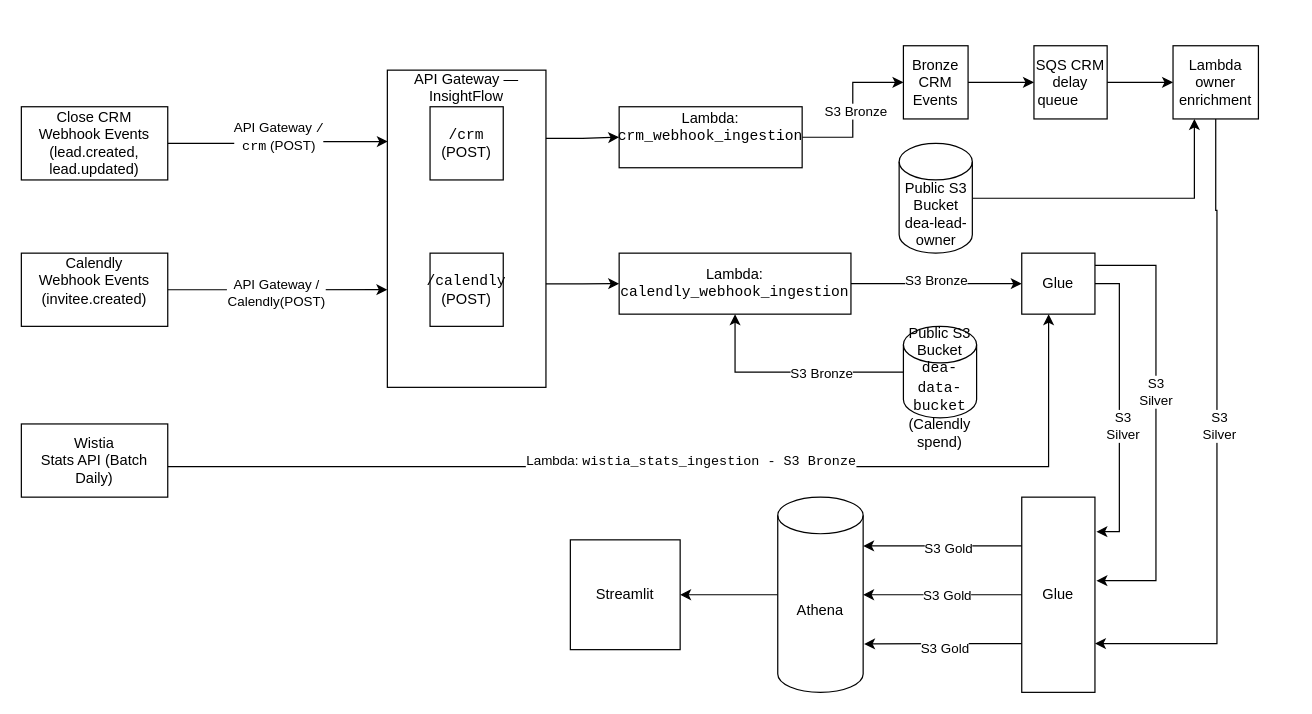
Earlier version of the draw.io diagram docs/InsightFlow_system_design.drawio (robertmmccoy/InsightFlow). Source tidied: cells renumbered, new cells numbered last; positions are measured from the earlier drawing's top-left corner, leaving out a move shared by most shapes. Both pictures are drawn from the tidied source at 122%, with x=0, y=0 at pixel (21, 45).
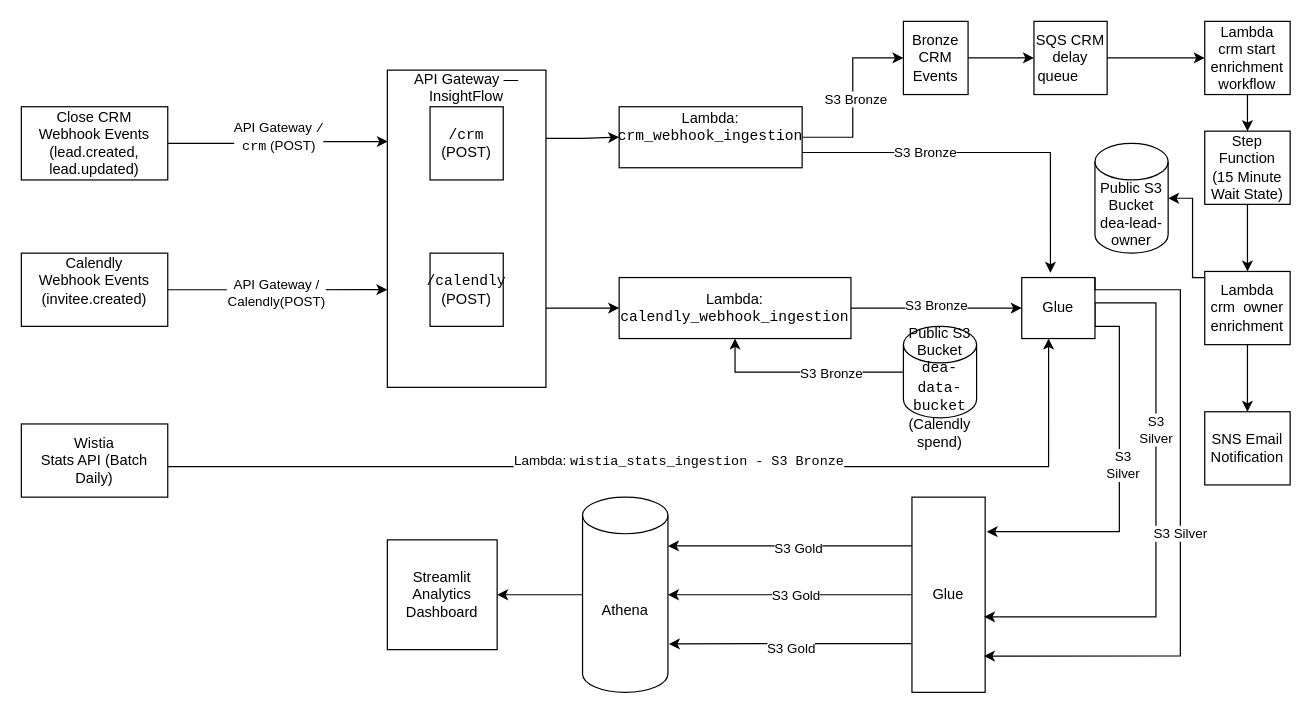
The same diagram, later.

Unchanged cells that the change refers to:
```xml
<mxCell id="18" value="API Gateway — InsightFlow&lt;div&gt;&lt;br&gt;&lt;/div&gt;&lt;div&gt;&lt;br&gt;&lt;/div&gt;&lt;div&gt;&lt;br&gt;&lt;/div&gt;&lt;div&gt;&lt;br&gt;&lt;/div&gt;&lt;div&gt;&lt;br&gt;&lt;/div&gt;&lt;div&gt;&lt;br&gt;&lt;/div&gt;&lt;div&gt;&lt;br&gt;&lt;/div&gt;&lt;div&gt;&lt;br&gt;&lt;/div&gt;&lt;div&gt;&lt;br&gt;&lt;/div&gt;&lt;div&gt;&lt;br&gt;&lt;/div&gt;&lt;div&gt;&lt;br&gt;&lt;/div&gt;&lt;div&gt;&lt;br&gt;&lt;/div&gt;&lt;div&gt;&lt;br&gt;&lt;/div&gt;&lt;div&gt;&lt;br&gt;&lt;/div&gt;&lt;div&gt;&lt;br&gt;&lt;/div&gt;&lt;div&gt;&lt;br&gt;&lt;/div&gt;" style="rounded=0;whiteSpace=wrap;html=1;" parent="1" vertex="1">
  <mxGeometry x="300" y="20" width="130" height="260" as="geometry" />
</mxCell>
<mxCell id="23" value="Lambda: &lt;code&gt;crm_webhook_ingestion&lt;/code&gt;&lt;div&gt;&lt;code&gt;&lt;br&gt;&lt;/code&gt;&lt;/div&gt;" style="rounded=0;whiteSpace=wrap;html=1;" parent="1" vertex="1">
  <mxGeometry x="490" y="50" width="150" height="50" as="geometry" />
</mxCell>
```

What changed in the source:
```diff
@@
-    <mxCell id="11" style="edgeStyle=orthogonalEdgeStyle;rounded=0;jettySize=auto;html=1;entryX=0.25;entryY=1;entryDx=0;entryDy=0;" parent="1" edge="1" source="12" target="48">
-      <mxGeometry relative="1" as="geometry" />
-    </mxCell>
     <mxCell id="12" value="Public S3 Bucket&lt;div&gt;dea-lead-owner&lt;/div&gt;" style="shape=cylinder3;whiteSpace=wrap;html=1;boundedLbl=1;backgroundOutline=1;size=15;" parent="1" vertex="1">
-      <mxGeometry x="719.5" y="80" width="60" height="90" as="geometry" />
+      <mxGeometry x="880" y="80" width="60" height="90" as="geometry" />
     </mxCell>
@@
     <mxCell id="17" style="edgeStyle=orthogonalEdgeStyle;rounded=0;jettySize=auto;html=1;entryX=0;entryY=0.5;entryDx=0;entryDy=0;exitX=0.988;exitY=0.674;exitDx=0;exitDy=0;exitPerimeter=0;" parent="1" edge="1" source="18" target="26">
-      <mxGeometry relative="1" as="geometry" />
+      <mxGeometry relative="1" as="geometry">
+        <Array as="points">
+          <mxPoint x="428.4" y="215" />
+        </Array>
+      </mxGeometry>
     </mxCell>
@@
     <mxCell id="26" value="Lambda: &lt;code&gt;calendly_webhook_ingestion&lt;/code&gt;" style="rounded=0;whiteSpace=wrap;html=1;" parent="1" vertex="1">
-      <mxGeometry x="490" y="170" width="190" height="50" as="geometry" />
+      <mxGeometry x="490" y="190" width="190" height="50" as="geometry" />
     </mxCell>
-    <mxCell id="27" style="edgeStyle=orthogonalEdgeStyle;rounded=0;jettySize=auto;html=1;entryX=1;entryY=0.75;entryDx=0;entryDy=0;exitX=0.5;exitY=1;exitDx=0;exitDy=0;" parent="1" edge="1" source="48" target="31">
-      <mxGeometry relative="1" as="geometry">
-        <Array as="points">
-          <mxPoint x="979" y="135" />
-          <mxPoint x="980" y="135" />
-          <mxPoint x="980" y="490" />
-        </Array>
-      </mxGeometry>
-    </mxCell>
-    <mxCell id="28" value="S3&lt;div&gt;Silver&lt;/div&gt;" style="edgeLabel;html=1;align=center;verticalAlign=middle;" parent="27" vertex="1">
-      <mxGeometry x="-0.05" y="1" relative="1" as="geometry" />
-    </mxCell>
-    <mxCell id="29" style="edgeStyle=orthogonalEdgeStyle;rounded=0;jettySize=auto;html=1;entryX=0;entryY=0.5;entryDx=0;entryDy=0;" parent="1" edge="1" source="30" target="48">
-      <mxGeometry relative="1" as="geometry" />
-    </mxCell>
+    <mxCell id="49" style="edgeStyle=orthogonalEdgeStyle;rounded=0;jettySize=auto;html=1;exitX=1;exitY=0.5;exitDx=0;exitDy=0;entryX=0;entryY=0.5;entryDx=0;entryDy=0;" parent="1" edge="1" source="30" target="59">
+      <mxGeometry relative="1" as="geometry" />
+    </mxCell>
     <mxCell id="30" value="SQS CRM&lt;div&gt;delay queue&lt;span style=&quot;white-space: pre;&quot;&gt;&#9;&lt;/span&gt;&lt;/div&gt;" style="rounded=0;whiteSpace=wrap;html=1;" parent="1" vertex="1">
-      <mxGeometry x="830" width="60" height="60" as="geometry" />
+      <mxGeometry x="830" y="-20" width="60" height="60" as="geometry" />
     </mxCell>
     <mxCell id="31" value="Glue" style="rounded=0;whiteSpace=wrap;html=1;" parent="1" vertex="1">
-      <mxGeometry x="820" y="370" width="60" height="160" as="geometry" />
+      <mxGeometry x="730" y="370" width="60" height="160" as="geometry" />
     </mxCell>
@@
     <mxCell id="33" value="Athena" style="shape=cylinder3;whiteSpace=wrap;html=1;boundedLbl=1;backgroundOutline=1;size=15;" parent="1" vertex="1">
-      <mxGeometry x="620" y="370" width="70" height="160" as="geometry" />
+      <mxGeometry x="460" y="370" width="70" height="160" as="geometry" />
     </mxCell>
@@
-    <mxCell id="36" value="Streamlit" style="whiteSpace=wrap;html=1;" parent="1" vertex="1">
-      <mxGeometry x="450" y="405" width="90" height="90" as="geometry" />
+    <mxCell id="36" value="Streamlit Analytics Dashboard" style="whiteSpace=wrap;html=1;" parent="1" vertex="1">
+      <mxGeometry x="300" y="405" width="90" height="90" as="geometry" />
     </mxCell>
-    <mxCell id="37" style="edgeStyle=orthogonalEdgeStyle;rounded=0;orthogonalLoop=1;jettySize=auto;html=1;entryX=1.02;entryY=0.553;entryDx=0;entryDy=0;entryPerimeter=0;" parent="1" edge="1">
-      <mxGeometry relative="1" as="geometry">
-        <mxPoint x="890" y="180" as="sourcePoint" />
-        <mxPoint x="881.2" y="438.5" as="targetPoint" />
+    <mxCell id="37" style="edgeStyle=orthogonalEdgeStyle;rounded=0;jettySize=auto;html=1;entryX=0.985;entryY=0.613;entryDx=0;entryDy=0;entryPerimeter=0;exitX=1;exitY=0.5;exitDx=0;exitDy=0;" parent="1" edge="1" source="41" target="31">
+      <mxGeometry x="-0.21" relative="1" as="geometry">
         <Array as="points">
-          <mxPoint x="880" y="180" />
-          <mxPoint x="930" y="180" />
-          <mxPoint x="930" y="438.5" />
+          <mxPoint x="880" y="210.8" />
+          <mxPoint x="930" y="210.8" />
+          <mxPoint x="930" y="468.1" />
         </Array>
       </mxGeometry>
     </mxCell>
     <mxCell id="38" value="S3&lt;div&gt;Silver&lt;/div&gt;" style="edgeLabel;html=1;align=center;verticalAlign=middle;" parent="37" vertex="1">
-      <mxGeometry x="-0.11" y="-1" relative="1" as="geometry" />
+      <mxGeometry x="-0.3" y="-1" relative="1" as="geometry" />
     </mxCell>
     <mxCell id="39" style="edgeStyle=orthogonalEdgeStyle;rounded=0;jettySize=auto;html=1;entryX=1.02;entryY=0.177;entryDx=0;entryDy=0;entryPerimeter=0;exitX=1;exitY=0.5;exitDx=0;exitDy=0;" parent="1" edge="1" source="41" target="31">
-      <mxGeometry relative="1" as="geometry">
+      <mxGeometry x="-0.18" relative="1" as="geometry">
         <Array as="points">
-          <mxPoint x="900" y="195" />
+          <mxPoint x="880" y="230" />
+          <mxPoint x="900" y="230" />
           <mxPoint x="900" y="398.3" />
         </Array>
       </mxGeometry>
     </mxCell>
     <mxCell id="40" value="S3&lt;div&gt;Silver&lt;/div&gt;" style="edgeLabel;html=1;align=center;verticalAlign=middle;" parent="39" vertex="1">
-      <mxGeometry x="0.12" y="2" relative="1" as="geometry" />
+      <mxGeometry x="-0.05" y="2" relative="1" as="geometry" />
     </mxCell>
     <mxCell id="41" value="Glue" style="rounded=0;whiteSpace=wrap;html=1;" parent="1" vertex="1">
-      <mxGeometry x="820" y="170" width="60" height="50" as="geometry" />
+      <mxGeometry x="820" y="190" width="60" height="50" as="geometry" />
     </mxCell>
@@
     <mxCell id="47" value="Bronze&lt;div&gt;CRM Events&lt;/div&gt;" style="rounded=0;whiteSpace=wrap;html=1;" parent="1" vertex="1">
-      <mxGeometry x="723" width="53" height="60" as="geometry" />
+      <mxGeometry x="723" y="-20" width="53" height="60" as="geometry" />
     </mxCell>
+    <mxCell id="50" style="edgeStyle=orthogonalEdgeStyle;rounded=0;jettySize=auto;html=1;" parent="1" edge="1" source="48" target="12">
+      <mxGeometry relative="1" as="geometry">
+        <Array as="points">
+          <mxPoint x="960" y="190" />
+          <mxPoint x="960" y="125" />
+        </Array>
+      </mxGeometry>
+    </mxCell>
+    <mxCell id="51" style="edgeStyle=orthogonalEdgeStyle;rounded=0;jettySize=auto;html=1;entryX=0.5;entryY=0;entryDx=0;entryDy=0;" parent="1" edge="1" source="48" target="57">
+      <mxGeometry relative="1" as="geometry" />
+    </mxCell>
-    <mxCell id="48" value="Lambda owner enrichment" style="rounded=0;whiteSpace=wrap;html=1;" parent="1" vertex="1">
-      <mxGeometry x="944" width="70" height="60" as="geometry" />
+    <mxCell id="48" value="&lt;div&gt;Lambda&lt;/div&gt;&lt;div&gt;crm &lt;span style=&quot;white-space: pre;&quot;&gt;&#9;&lt;/span&gt;owner&lt;/div&gt;&lt;div&gt;enrichment&lt;/div&gt;" style="rounded=0;whiteSpace=wrap;html=1;" parent="1" vertex="1">
+      <mxGeometry x="970" y="185" width="70" height="60" as="geometry" />
     </mxCell>
+    <mxCell id="52" style="edgeStyle=orthogonalEdgeStyle;rounded=0;jettySize=auto;html=1;exitX=1;exitY=0.75;exitDx=0;exitDy=0;entryX=0.392;entryY=-0.078;entryDx=0;entryDy=0;entryPerimeter=0;" parent="1" edge="1" source="23" target="41">
+      <mxGeometry relative="1" as="geometry" />
+    </mxCell>
+    <mxCell id="53" value="S3 Bronze" style="edgeLabel;html=1;align=center;verticalAlign=middle;" parent="52" vertex="1">
+      <mxGeometry x="-0.34" relative="1" as="geometry" />
+    </mxCell>
+    <mxCell id="54" style="edgeStyle=orthogonalEdgeStyle;rounded=0;jettySize=auto;html=1;exitX=1;exitY=0;exitDx=0;exitDy=0;entryX=0.983;entryY=0.814;entryDx=0;entryDy=0;entryPerimeter=0;" parent="1" edge="1" source="41" target="31">
+      <mxGeometry x="-0.09" relative="1" as="geometry">
+        <Array as="points">
+          <mxPoint x="880" y="200" />
+          <mxPoint x="950" y="200" />
+          <mxPoint x="950" y="500.2" />
+        </Array>
+      </mxGeometry>
+    </mxCell>
+    <mxCell id="28" value="S3 Silver" style="edgeLabel;html=1;align=center;verticalAlign=middle;" parent="54" vertex="1">
+      <mxGeometry x="0.03" y="-1" relative="1" as="geometry" />
+    </mxCell>
+    <mxCell id="55" style="edgeStyle=orthogonalEdgeStyle;rounded=0;jettySize=auto;html=1;" parent="1" edge="1" source="56" target="48">
+      <mxGeometry relative="1" as="geometry" />
+    </mxCell>
+    <mxCell id="56" value="&lt;div&gt;Step Function&lt;/div&gt;&lt;div&gt;(15 Minute Wait State)&lt;/div&gt;" style="rounded=0;whiteSpace=wrap;html=1;" parent="1" vertex="1">
+      <mxGeometry x="970" y="70" width="70" height="60" as="geometry" />
+    </mxCell>
+    <mxCell id="57" value="SNS Email Notification" style="rounded=0;whiteSpace=wrap;html=1;" parent="1" vertex="1">
+      <mxGeometry x="970" y="300" width="70" height="60" as="geometry" />
+    </mxCell>
+    <mxCell id="58" style="edgeStyle=orthogonalEdgeStyle;rounded=0;jettySize=auto;html=1;" parent="1" edge="1" source="59" target="56">
+      <mxGeometry relative="1" as="geometry" />
+    </mxCell>
+    <mxCell id="59" value="&lt;div&gt;Lambda&lt;/div&gt;&lt;div&gt;crm start enrichment&lt;/div&gt;&lt;div&gt;workflow&lt;/div&gt;" style="rounded=0;whiteSpace=wrap;html=1;" parent="1" vertex="1">
+      <mxGeometry x="970" y="-20" width="70" height="60" as="geometry" />
+    </mxCell>
```
